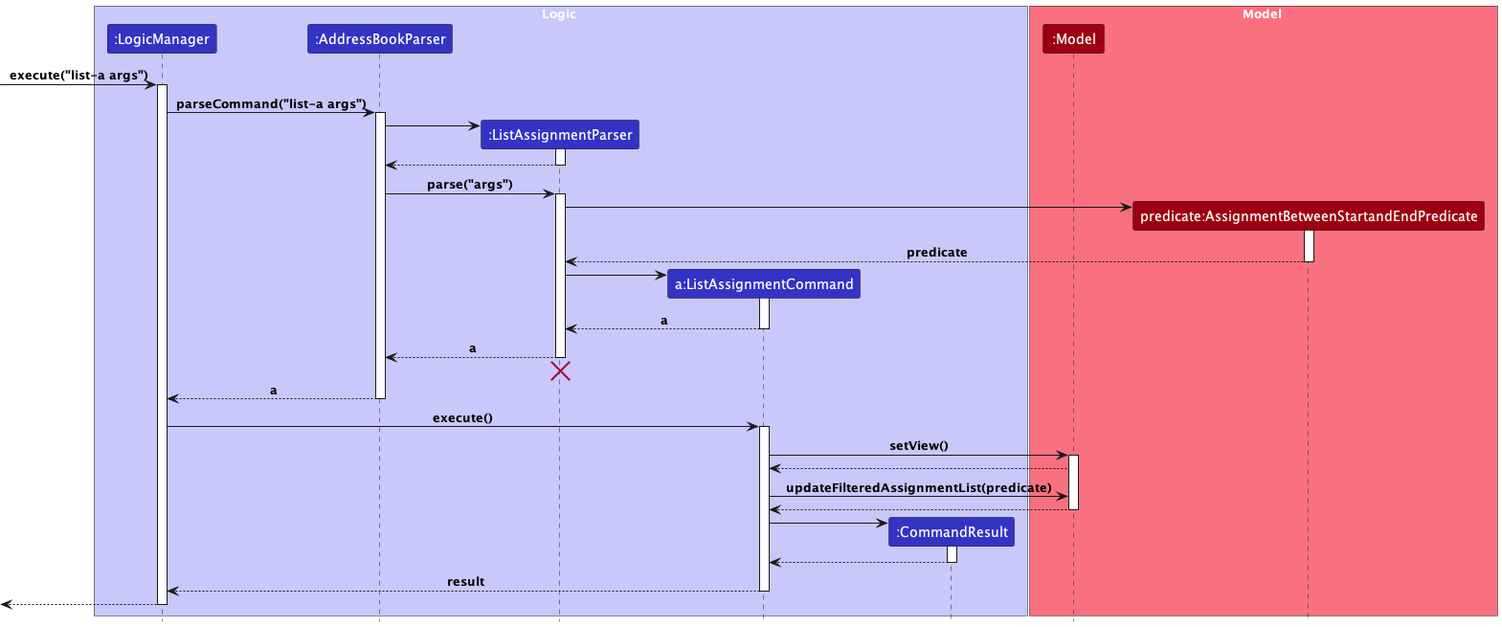
seewhyjay/tp keeps this PlantUML diagram as docs/images/ListAssignmentSeq.png. Above is the earlier version.
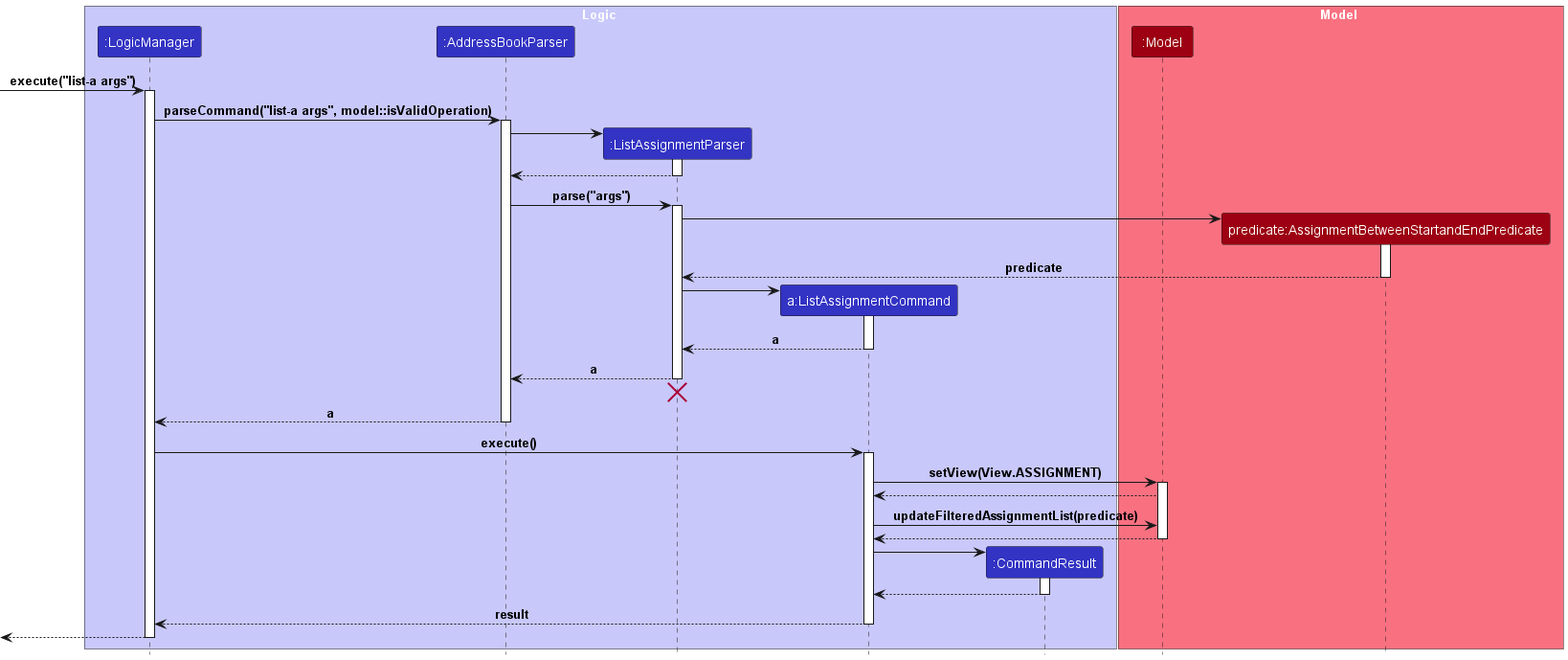
After the change.

Diff of the diagram source:
```diff
@@ -18,7 +18,7 @@
 [-> LogicManager : execute("list-a args")
 activate LogicManager
 
-LogicManager -> AddressBookParser : parseCommand("list-a args")
+LogicManager -> AddressBookParser : parseCommand("list-a args", model::isValidOperation)
 activate AddressBookParser
 
 create ListAssignmentParser
@@ -56,7 +56,7 @@
 LogicManager -> ListAssignmentCommand : execute()
 activate ListAssignmentCommand
 
-ListAssignmentCommand -> Model : setView()
+ListAssignmentCommand -> Model : setView(View.ASSIGNMENT)
 activate Model
 
 Model --> ListAssignmentCommand
```
